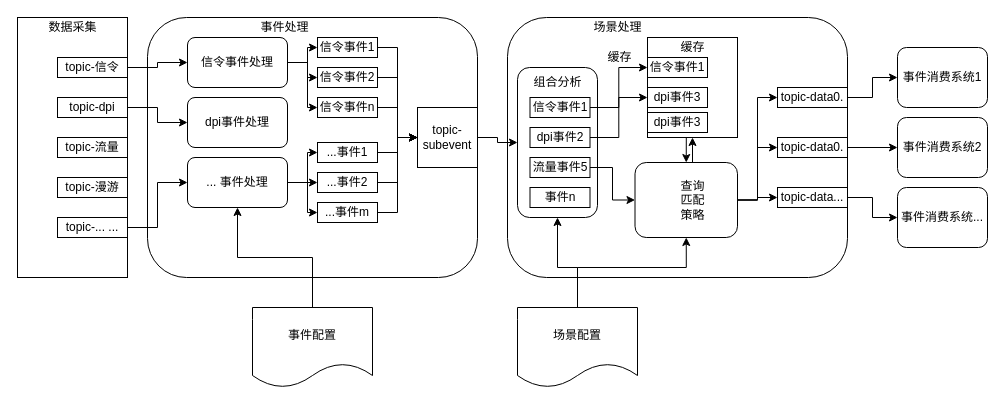
Earlier version of the draw.io diagram 事件中心.drawio (fengjj/webmarket0.1). Source tidied: cells renumbered, new cells numbered last; positions are measured from the earlier drawing's top-left corner, leaving out a move shared by most shapes. Both pictures are drawn from the tidied source at 100%, with x=0, y=0 at pixel (17, 17).
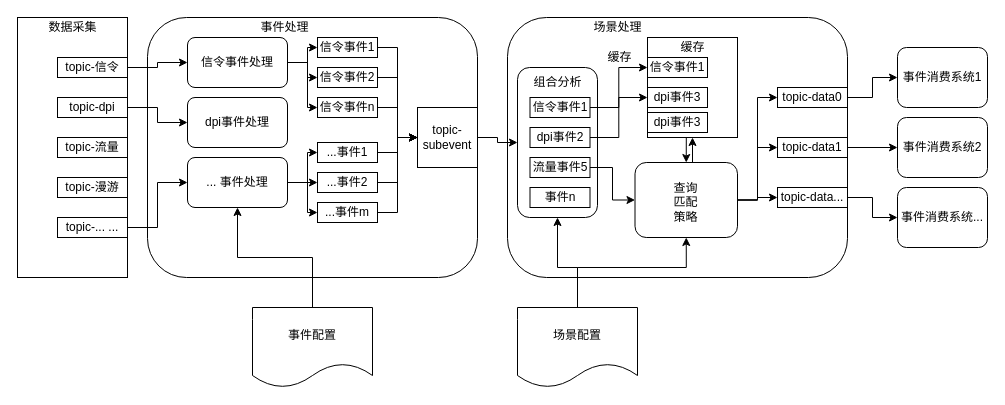
The same page after the edit.

Change to the diagram source:
```diff
@@
-    <mxCell id="17" value="topic-data0." style="rounded=0;whiteSpace=wrap;html=1;" parent="1" vertex="1">
+    <mxCell id="17" value="topic-data0" style="rounded=0;whiteSpace=wrap;html=1;" parent="1" vertex="1">
       <mxGeometry x="760" y="70" width="70" height="20" as="geometry" />
     </mxCell>
@@
-    <mxCell id="19" value="topic-data0." style="rounded=0;whiteSpace=wrap;html=1;" parent="1" vertex="1">
+    <mxCell id="19" value="topic-data1" style="rounded=0;whiteSpace=wrap;html=1;" parent="1" vertex="1">
       <mxGeometry x="760" y="120" width="70" height="20" as="geometry" />
     </mxCell>
@@
     <mxCell id="71" value="查询&lt;br&gt;匹配&lt;br&gt;策略" style="text;html=1;strokeColor=none;fillColor=none;align=center;verticalAlign=middle;whiteSpace=wrap;rounded=0;" parent="1" vertex="1">
-      <mxGeometry x="650.6" y="157.5" width="48.8" height="50" as="geometry" />
+      <mxGeometry x="644.4" y="160" width="48.8" height="50" as="geometry" />
     </mxCell>
```
